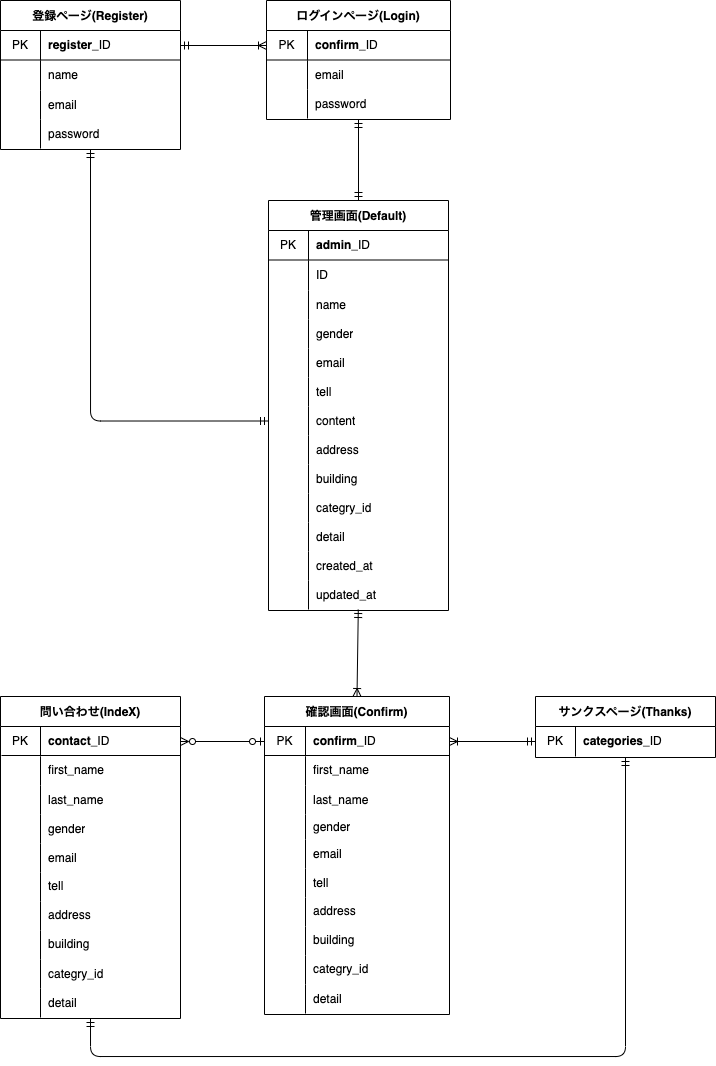
Before: er.drawio.png, a diagram exported from draw.io (kazuyuki-okada5/20231222TEST_OKADA). Source tidied: cells renumbered, new cells last; positions are measured from the earlier drawing's top-left corner, leaving out a move shared by most shapes.
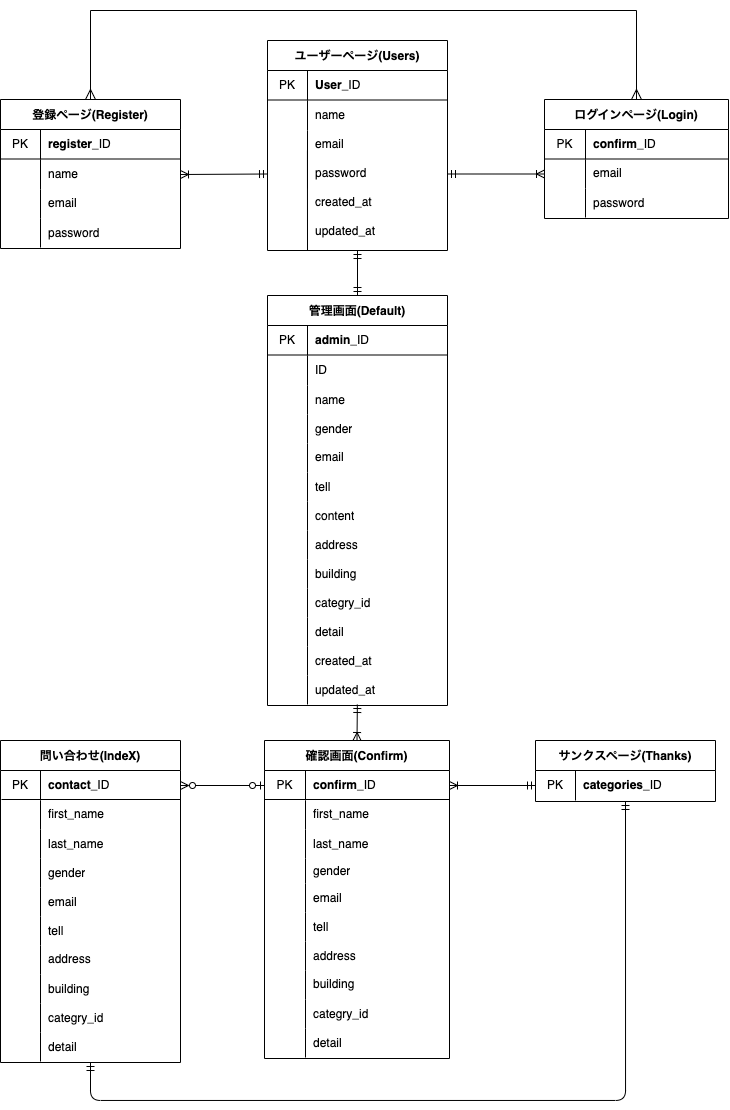
After the commit.

Diff of the diagram source:
```diff
@@ -3,7 +3,7 @@
     <mxCell id="0" />
     <mxCell id="1" parent="0" />
     <mxCell id="2" value="登録ページ(Register)" style="shape=table;startSize=30;rowLines=0;fontStyle=1;strokeColor=default;" parent="1" vertex="1">
-      <mxGeometry width="180" height="149" as="geometry" />
+      <mxGeometry y="55" width="180" height="149" as="geometry" />
     </mxCell>
     <mxCell id="3" style="shape=tableRow;horizontal=0;startSize=0;swimlaneHead=0;swimlaneBody=0;top=0;left=0;bottom=0;right=0;fillColor=none;points=[[0,0.5],[1,0.5]];portConstraint=eastwest;swimlaneFillColor=default;" parent="2" vertex="1">
       <mxGeometry y="30" width="180" height="30" as="geometry" />
@@ -42,7 +42,7 @@
       <mxGeometry x="40" width="140" height="29" as="geometry" />
     </mxCell>
     <mxCell id="15" value="ログインページ(Login)" style="shape=table;startSize=30;rowLines=0;fontStyle=1;" parent="1" vertex="1">
-      <mxGeometry x="266" width="184" height="119" as="geometry" />
+      <mxGeometry x="544" y="55" width="184" height="119" as="geometry" />
     </mxCell>
     <mxCell id="16" style="shape=tableRow;horizontal=0;startSize=0;swimlaneHead=0;swimlaneBody=0;top=0;left=0;bottom=0;right=0;fillColor=none;points=[[0,0.5],[1,0.5]];portConstraint=eastwest;" parent="15" vertex="1">
       <mxGeometry y="30" width="184" height="30" as="geometry" />
@@ -72,7 +72,7 @@
       <mxGeometry x="41" width="143" height="29" as="geometry" />
     </mxCell>
     <mxCell id="25" value="管理画面(Default)" style="shape=table;startSize=30;rowLines=0;fontStyle=1;" parent="1" vertex="1">
-      <mxGeometry x="268" y="200" width="180" height="410" as="geometry" />
+      <mxGeometry x="267" y="251" width="180" height="410" as="geometry" />
     </mxCell>
     <mxCell id="26" style="shape=tableRow;horizontal=0;startSize=0;swimlaneHead=0;swimlaneBody=0;top=0;left=0;bottom=0;right=0;fillColor=none;" parent="25" vertex="1">
       <mxGeometry y="30" width="180" height="30" as="geometry" />
@@ -191,7 +191,7 @@
     <mxCell id="64" value="updated_at" style="shape=partialRectangle;html=1;whiteSpace=wrap;fillColor=none;top=0;left=0;bottom=0;right=0;align=left;spacingLeft=6;overflow=hidden;" parent="62" vertex="1">
       <mxGeometry x="40" width="140" height="29" as="geometry" />
     </mxCell>
-    <mxCell id="65" style="edgeStyle=none;html=1;startArrow=ERmandOne;startFill=0;endArrow=ERmandOne;endFill=0;exitX=0.5;exitY=1;exitDx=0;exitDy=0;entryX=0.5;entryY=0;entryDx=0;entryDy=0;" parent="1" edge="1" source="15" target="25">
+    <mxCell id="65" style="edgeStyle=none;html=1;startArrow=ERmandOne;startFill=0;endArrow=ERmandOne;endFill=0;entryX=0.5;entryY=0;entryDx=0;entryDy=0;exitX=0.5;exitY=1;exitDx=0;exitDy=0;" parent="1" edge="1" source="143" target="25">
       <mxGeometry relative="1" as="geometry" />
     </mxCell>
     <mxCell id="66" value="問い合わせ(IndeX)" style="shape=table;startSize=30;rowLines=0;fontStyle=1;" parent="1" vertex="1">
@@ -401,13 +401,13 @@
       <mxGeometry x="40" width="140" height="30" as="geometry" />
     </mxCell>
     <mxCell id="133" style="line;strokeWidth=1;html=1;" parent="1" vertex="1">
-      <mxGeometry x="268" y="254.5" width="180" height="10" as="geometry" />
+      <mxGeometry x="267" y="305.5" width="180" height="10" as="geometry" />
     </mxCell>
     <mxCell id="134" style="line;strokeWidth=1;html=1;" parent="1" vertex="1">
-      <mxGeometry x="266" y="54.5" width="184" height="10" as="geometry" />
+      <mxGeometry x="544" y="109.5" width="184" height="10" as="geometry" />
     </mxCell>
     <mxCell id="135" style="line;strokeWidth=1;html=1;perimeter=backbonePerimeter;" parent="1" vertex="1">
-      <mxGeometry y="54.5" width="180" height="10" as="geometry" />
+      <mxGeometry y="109.5" width="180" height="10" as="geometry" />
     </mxCell>
     <mxCell id="136" style="line;strokeWidth=1;html=1;" parent="1" vertex="1">
       <mxGeometry x="1" y="750" width="179" height="10" as="geometry" />
@@ -415,7 +415,7 @@
     <mxCell id="137" style="line;strokeWidth=1;html=1;" parent="1" vertex="1">
       <mxGeometry x="264" y="750" width="185" height="10" as="geometry" />
     </mxCell>
-    <mxCell id="138" style="edgeStyle=none;html=1;exitX=1;exitY=0.5;exitDx=0;exitDy=0;entryX=0;entryY=0.5;entryDx=0;entryDy=0;startArrow=ERmandOne;startFill=0;endArrow=ERoneToMany;endFill=0;" parent="1" edge="1" source="3" target="16">
+    <mxCell id="138" style="edgeStyle=none;html=1;exitX=0;exitY=0.5;exitDx=0;exitDy=0;startArrow=ERmandOne;startFill=0;endArrow=ERoneToMany;endFill=0;entryX=1;entryY=0.5;entryDx=0;entryDy=0;" parent="1" edge="1" source="153" target="6">
       <mxGeometry relative="1" as="geometry" />
     </mxCell>
     <mxCell id="139" style="edgeStyle=none;html=1;startArrow=ERmandOne;startFill=0;endArrow=ERoneToMany;endFill=0;exitX=0;exitY=0.5;exitDx=0;exitDy=0;entryX=1;entryY=0.5;entryDx=0;entryDy=0;" parent="1" edge="1" source="130" target="98">
@@ -427,8 +427,81 @@
     <mxCell id="141" style="edgeStyle=none;html=1;startArrow=ERmandOne;startFill=0;endArrow=ERoneToMany;endFill=0;entryX=0.5;entryY=0;entryDx=0;entryDy=0;" parent="1" edge="1" source="62" target="97">
       <mxGeometry relative="1" as="geometry" />
     </mxCell>
-    <mxCell id="142" style="edgeStyle=orthogonalEdgeStyle;html=1;exitX=0;exitY=0.5;exitDx=0;exitDy=0;entryX=0.5;entryY=1;entryDx=0;entryDy=0;startArrow=ERmandOne;startFill=0;endArrow=ERmandOne;endFill=0;" parent="1" edge="1" source="44" target="2">
-      <mxGeometry relative="1" as="geometry" />
-    </mxCell>
+    <mxCell id="143" value="ユーザーページ(Users)" style="shape=table;startSize=30;rowLines=0;fontStyle=1;strokeColor=default;" parent="1" vertex="1">
+      <mxGeometry x="267" y="-4" width="180" height="210" as="geometry" />
+    </mxCell>
+    <mxCell id="144" style="shape=tableRow;horizontal=0;startSize=0;swimlaneHead=0;swimlaneBody=0;top=0;left=0;bottom=0;right=0;fillColor=none;swimlaneFillColor=default;" parent="143" vertex="1">
+      <mxGeometry y="30" width="180" height="30" as="geometry" />
+    </mxCell>
+    <mxCell id="145" value="PK" style="shape=partialRectangle;html=1;whiteSpace=wrap;fillColor=none;top=0;left=0;bottom=0;right=0;overflow=hidden;" parent="144" vertex="1">
+      <mxGeometry width="40" height="30" as="geometry" />
+    </mxCell>
+    <mxCell id="146" value="&lt;span class=&quot;notion-enable-hover&quot; style=&quot;font-weight:600&quot;&gt;User_&lt;/span&gt;ID" style="shape=partialRectangle;html=1;whiteSpace=wrap;fillColor=none;top=0;left=0;bottom=0;right=0;align=left;spacingLeft=6;overflow=hidden;" parent="144" vertex="1">
+      <mxGeometry x="40" width="140" height="30" as="geometry" />
+    </mxCell>
+    <mxCell id="147" style="shape=tableRow;horizontal=0;startSize=0;swimlaneHead=0;swimlaneBody=0;top=0;left=0;bottom=0;right=0;fillColor=none;" parent="143" vertex="1">
+      <mxGeometry y="60" width="180" height="30" as="geometry" />
+    </mxCell>
+    <mxCell id="148" style="shape=partialRectangle;html=1;whiteSpace=wrap;fillColor=none;top=0;left=0;bottom=0;right=0;overflow=hidden;" parent="147" vertex="1">
+      <mxGeometry width="40" height="30" as="geometry" />
+    </mxCell>
+    <mxCell id="149" value="name" style="shape=partialRectangle;html=1;whiteSpace=wrap;fillColor=none;top=0;left=0;bottom=0;right=0;align=left;spacingLeft=6;overflow=hidden;" parent="147" vertex="1">
+      <mxGeometry x="40" width="140" height="30" as="geometry" />
+    </mxCell>
+    <mxCell id="150" style="shape=tableRow;horizontal=0;startSize=0;swimlaneHead=0;swimlaneBody=0;top=0;left=0;bottom=0;right=0;fillColor=none;" parent="143" vertex="1">
+      <mxGeometry y="90" width="180" height="29" as="geometry" />
+    </mxCell>
+    <mxCell id="151" style="shape=partialRectangle;html=1;whiteSpace=wrap;fillColor=none;top=0;left=0;bottom=0;right=0;overflow=hidden;" parent="150" vertex="1">
+      <mxGeometry width="40" height="29" as="geometry" />
+    </mxCell>
+    <mxCell id="152" value="email" style="shape=partialRectangle;html=1;whiteSpace=wrap;fillColor=none;top=0;left=0;bottom=0;right=0;align=left;spacingLeft=6;overflow=hidden;" parent="150" vertex="1">
+      <mxGeometry x="40" width="140" height="29" as="geometry" />
+    </mxCell>
+    <mxCell id="153" style="shape=tableRow;horizontal=0;startSize=0;swimlaneHead=0;swimlaneBody=0;top=0;left=0;bottom=0;right=0;fillColor=none;points=[[0,0.5],[1,0.5]];portConstraint=eastwest;" parent="143" vertex="1">
+      <mxGeometry y="119" width="180" height="29" as="geometry" />
+    </mxCell>
+    <mxCell id="154" style="shape=partialRectangle;html=1;whiteSpace=wrap;fillColor=none;top=0;left=0;bottom=0;right=0;overflow=hidden;" parent="153" vertex="1">
+      <mxGeometry width="40" height="29" as="geometry" />
+    </mxCell>
+    <mxCell id="155" value="password" style="shape=partialRectangle;html=1;whiteSpace=wrap;fillColor=none;top=0;left=0;bottom=0;right=0;align=left;spacingLeft=6;overflow=hidden;" parent="153" vertex="1">
+      <mxGeometry x="40" width="140" height="29" as="geometry" />
+    </mxCell>
+    <mxCell id="156" style="line;strokeWidth=1;html=1;perimeter=backbonePerimeter;" parent="1" vertex="1">
+      <mxGeometry x="267" y="50.5" width="180" height="10" as="geometry" />
+    </mxCell>
+    <mxCell id="157" style="shape=tableRow;horizontal=0;startSize=0;swimlaneHead=0;swimlaneBody=0;top=0;left=0;bottom=0;right=0;fillColor=none;" parent="1" vertex="1">
+      <mxGeometry x="266.5" y="143" width="180" height="29" as="geometry" />
+    </mxCell>
+    <mxCell id="158" style="shape=partialRectangle;html=1;whiteSpace=wrap;fillColor=none;top=0;left=0;bottom=0;right=0;overflow=hidden;" parent="157" vertex="1">
+      <mxGeometry width="40" height="29" as="geometry" />
+    </mxCell>
+    <mxCell id="159" value="created_at" style="shape=partialRectangle;html=1;whiteSpace=wrap;fillColor=none;top=0;left=0;bottom=0;right=0;align=left;spacingLeft=6;overflow=hidden;" parent="157" vertex="1">
+      <mxGeometry x="40" width="140" height="29" as="geometry" />
+    </mxCell>
+    <mxCell id="160" style="shape=tableRow;horizontal=0;startSize=0;swimlaneHead=0;swimlaneBody=0;top=0;left=0;bottom=0;right=0;fillColor=none;" parent="1" vertex="1">
+      <mxGeometry x="266.5" y="172" width="180" height="29" as="geometry" />
+    </mxCell>
+    <mxCell id="161" style="shape=partialRectangle;html=1;whiteSpace=wrap;fillColor=none;top=0;left=0;bottom=0;right=0;overflow=hidden;" parent="160" vertex="1">
+      <mxGeometry width="40" height="29" as="geometry" />
+    </mxCell>
+    <mxCell id="162" value="updated_at" style="shape=partialRectangle;html=1;whiteSpace=wrap;fillColor=none;top=0;left=0;bottom=0;right=0;align=left;spacingLeft=6;overflow=hidden;" parent="160" vertex="1">
+      <mxGeometry x="40" width="140" height="29" as="geometry" />
+    </mxCell>
+    <mxCell id="163" style="edgeStyle=none;html=1;exitX=1;exitY=0.5;exitDx=0;exitDy=0;startArrow=ERmandOne;startFill=0;endArrow=ERoneToMany;endFill=0;entryX=0;entryY=0.5;entryDx=0;entryDy=0;" parent="1" edge="1" source="153" target="19">
+      <mxGeometry relative="1" as="geometry" />
+    </mxCell>
+    <mxCell id="164" style="endArrow=none;html=1;entryX=0.208;entryY=0.103;entryDx=0;entryDy=0;entryPerimeter=0;" parent="1" edge="1">
+      <mxGeometry relative="1" as="geometry">
+        <mxPoint x="307" y="206" as="sourcePoint" />
+        <mxPoint x="306.9" y="106" as="targetPoint" />
+      </mxGeometry>
+    </mxCell>
+    <mxCell id="165" style="edgeStyle=elbowEdgeStyle;elbow=horizontal;endArrow=ERmany;html=1;curved=0;rounded=0;endSize=8;startSize=8;entryX=0.5;entryY=0;entryDx=0;entryDy=0;exitX=0.5;exitY=0;exitDx=0;exitDy=0;endFill=0;startArrow=ERmany;startFill=0;" parent="1" edge="1" source="2" target="15">
+      <mxGeometry relative="1" as="geometry">
+        <Array as="points">
+          <mxPoint x="384" y="-34" />
+        </Array>
+      </mxGeometry>
+    </mxCell>
   </root>
 </mxGraphModel>
```
